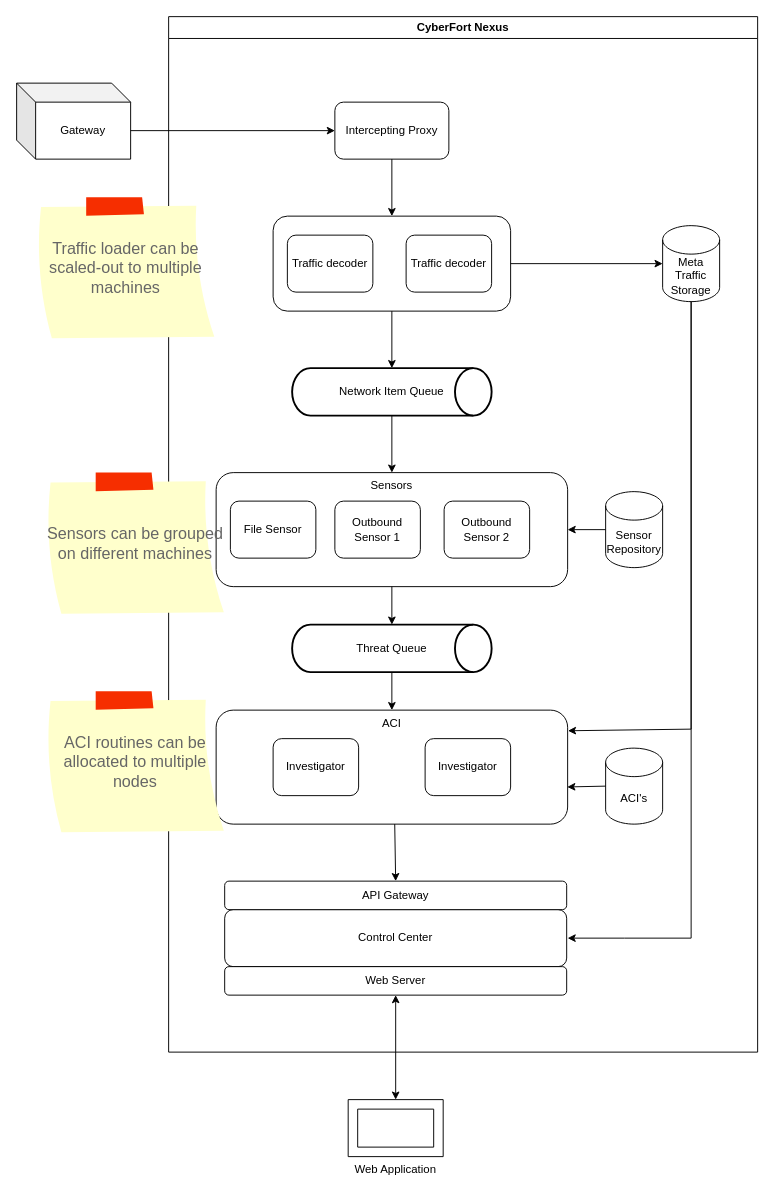
Earlier version of the draw.io diagram page "Development View" (2 of 6) of diagrams/CyberFortNexus.drawio (anhoppe/ArchitectureTraining). Source tidied: cells renumbered, new cells numbered last; positions are measured from the earlier drawing's top-left corner, leaving out a move shared by most shapes. Both pictures are drawn from the tidied source at 95%, with x=0, y=0 at pixel (16, 16).
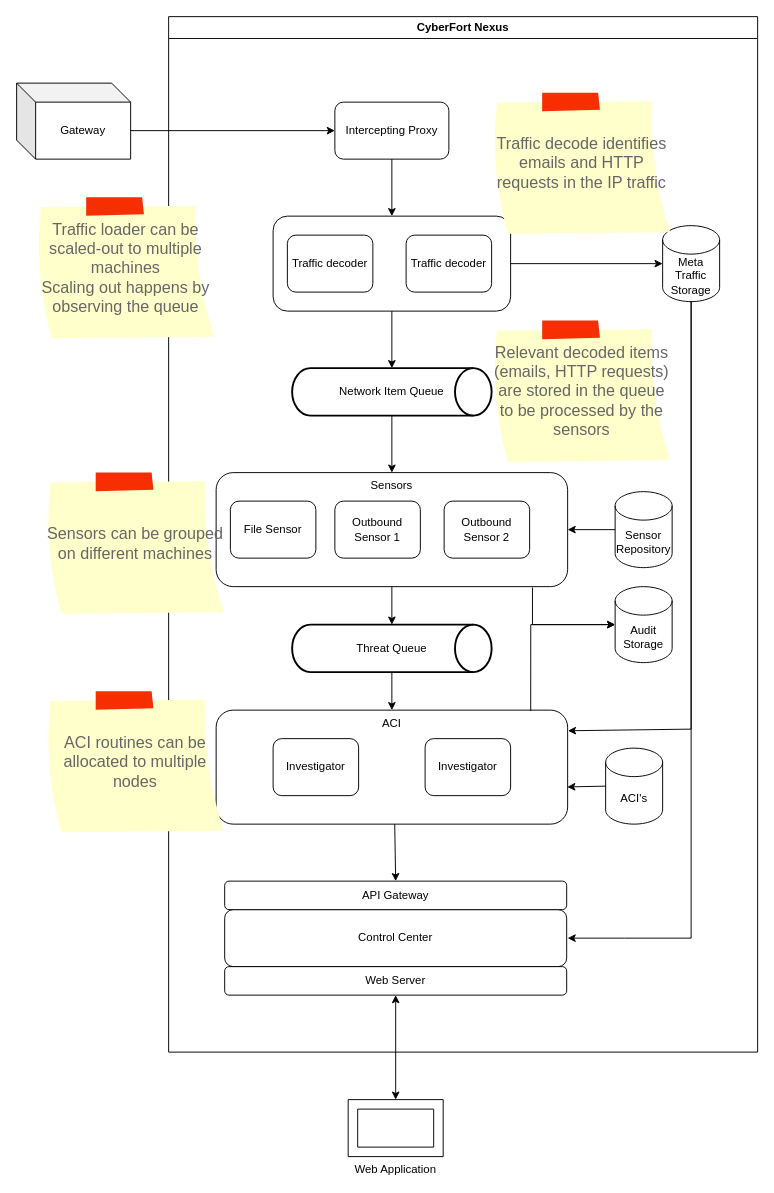
Above is the later version.

Commit message (it also covers changes not shown here):
Migrated all diagrams to CyberFortNexus.drawio

The change refers to these unchanged cells:
```xml
<mxCell id="2" value="CyberFort Nexus" style="swimlane;whiteSpace=wrap;html=1;fillColor=none;" parent="1" vertex="1">
  <mxGeometry x="160" width="620" height="1090" as="geometry" />
</mxCell>
<mxCell id="9" value="Sensors" style="rounded=1;whiteSpace=wrap;html=1;verticalAlign=top;" parent="2" vertex="1">
  <mxGeometry x="50" y="480" width="370" height="120" as="geometry" />
</mxCell>
<mxCell id="15" value="ACI" style="rounded=1;whiteSpace=wrap;html=1;verticalAlign=top;" parent="2" vertex="1">
  <mxGeometry x="50" y="730" width="370" height="120" as="geometry" />
</mxCell>
```

The edit, as a diff of the source:
```diff
@@
     <mxCell id="14" value="Sensor Repository" style="shape=cylinder3;whiteSpace=wrap;html=1;boundedLbl=1;backgroundOutline=1;size=15;" parent="2" vertex="1">
-      <mxGeometry x="460" y="500" width="60" height="80" as="geometry" />
+      <mxGeometry x="470" y="500" width="60" height="80" as="geometry" />
     </mxCell>
@@
+    <mxCell id="40" value="Traffic decode identifies emails and HTTP requests in the IP traffic" style="strokeWidth=1;shadow=0;dashed=0;align=center;html=1;shape=mxgraph.mockup.text.stickyNote2;fontColor=#666666;mainText=;fontSize=17;whiteSpace=wrap;fillColor=#ffffcc;strokeColor=#F62E00;" parent="2" vertex="1">
+      <mxGeometry x="340" y="80" width="190" height="150" as="geometry" />
+    </mxCell>
+    <mxCell id="41" value="Relevant decoded items (emails, HTTP requests) are stored in the queue to be processed by the sensors" style="strokeWidth=1;shadow=0;dashed=0;align=center;html=1;shape=mxgraph.mockup.text.stickyNote2;fontColor=#666666;mainText=;fontSize=17;whiteSpace=wrap;fillColor=#ffffcc;strokeColor=#F62E00;" parent="2" vertex="1">
+      <mxGeometry x="340" y="320" width="190" height="150" as="geometry" />
+    </mxCell>
+    <mxCell id="42" value="Audit Storage" style="shape=cylinder3;whiteSpace=wrap;html=1;boundedLbl=1;backgroundOutline=1;size=15;" parent="2" vertex="1">
+      <mxGeometry x="470" y="600" width="60" height="80" as="geometry" />
+    </mxCell>
+    <mxCell id="43" style="endArrow=classic;html=1;rounded=0;exitX=0.9;exitY=1.008;exitDx=0;exitDy=0;exitPerimeter=0;edgeStyle=orthogonalEdgeStyle;entryX=0;entryY=0.5;entryDx=0;entryDy=0;entryPerimeter=0;" parent="2" edge="1" source="9" target="42">
+      <mxGeometry relative="1" as="geometry" />
+    </mxCell>
+    <mxCell id="44" style="endArrow=classic;html=1;rounded=0;exitX=0.895;exitY=0.008;exitDx=0;exitDy=0;exitPerimeter=0;edgeStyle=orthogonalEdgeStyle;entryX=0;entryY=0.5;entryDx=0;entryDy=0;entryPerimeter=0;" parent="2" edge="1" source="15" target="42">
+      <mxGeometry relative="1" as="geometry">
+        <Array as="points">
+          <mxPoint x="381" y="640" />
+        </Array>
+      </mxGeometry>
+    </mxCell>
@@
-    <mxCell id="32" value="Traffic loader can be scaled-out to multiple machines" style="strokeWidth=1;shadow=0;dashed=0;align=center;html=1;shape=mxgraph.mockup.text.stickyNote2;fontColor=#666666;mainText=;fontSize=17;whiteSpace=wrap;fillColor=#ffffcc;strokeColor=#F62E00;" parent="1" vertex="1">
+    <mxCell id="32" value="Traffic loader can be scaled-out to multiple machines&lt;div&gt;Scaling out happens by observing the queue&lt;/div&gt;" style="strokeWidth=1;shadow=0;dashed=0;align=center;html=1;shape=mxgraph.mockup.text.stickyNote2;fontColor=#666666;mainText=;fontSize=17;whiteSpace=wrap;fillColor=#ffffcc;strokeColor=#F62E00;" parent="1" vertex="1">
       <mxGeometry x="20" y="190" width="190" height="150" as="geometry" />
     </mxCell>
```
